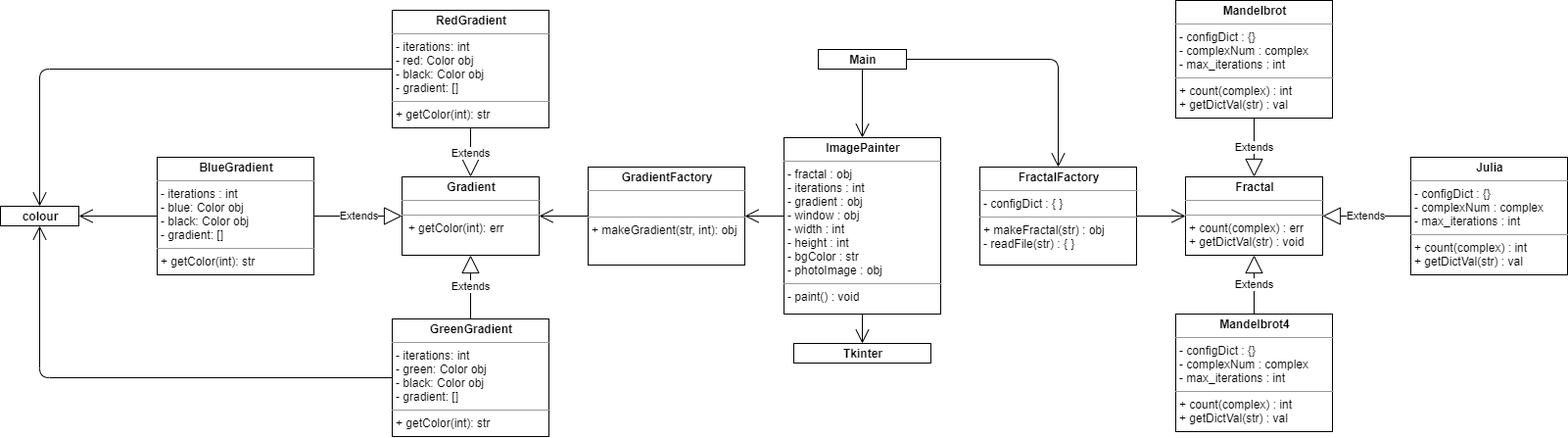
Earlier version of the draw.io export doc/UML_Class_Diagram.png (alexanderthurston/fractal_generator). Source tidied: cells renumbered, new cells last; positions are measured from the earlier drawing's top-left corner, leaving out a move shared by most shapes.
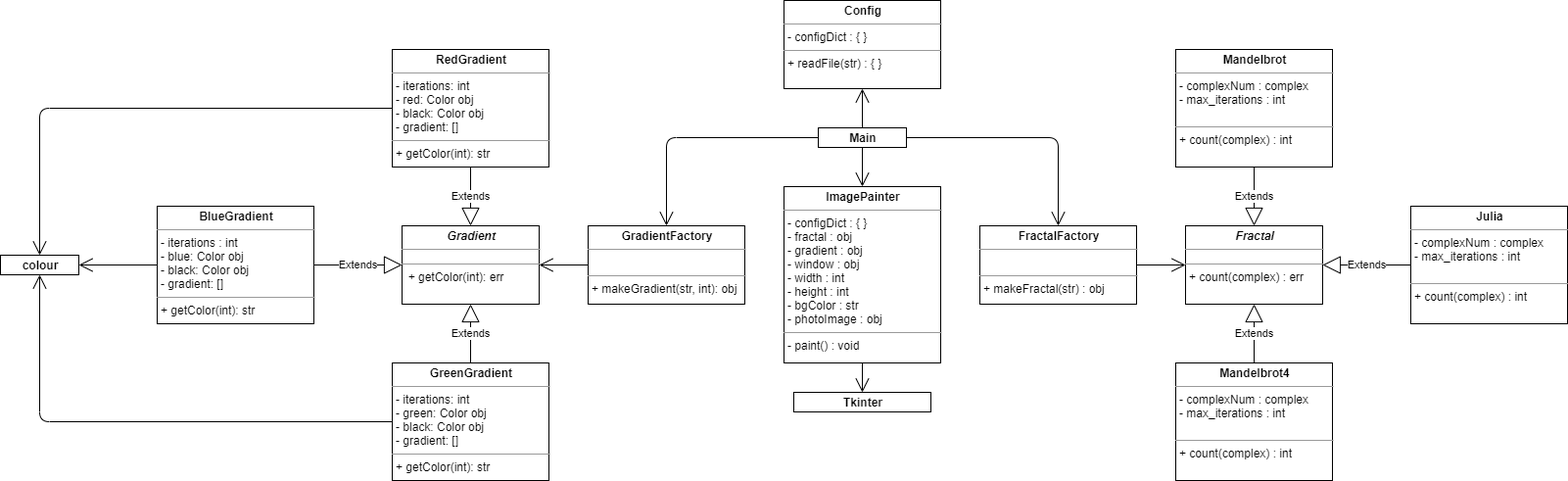
The same diagram one commit later.

Commit message:
Restructuring to simplify fractal configuration references

Change to the diagram source:
```diff
@@ -3,43 +3,43 @@
     <mxCell id="0" />
     <mxCell id="1" parent="0" />
     <mxCell id="2" value="&lt;p style=&quot;margin: 0px ; margin-top: 4px ; text-align: center&quot;&gt;&lt;b&gt;Main&lt;/b&gt;&lt;/p&gt;" style="verticalAlign=top;align=left;overflow=fill;fontSize=12;fontFamily=Helvetica;html=1;" parent="1" vertex="1">
-      <mxGeometry x="835" y="50" width="90" height="20" as="geometry" />
+      <mxGeometry x="835" y="80" width="90" height="20" as="geometry" />
     </mxCell>
     <mxCell id="3" value="&lt;p style=&quot;margin: 0px ; margin-top: 4px ; text-align: center&quot;&gt;&lt;b&gt;GradientFactory&lt;/b&gt;&lt;/p&gt;&lt;hr size=&quot;1&quot;&gt;&lt;p style=&quot;margin: 0px ; margin-left: 4px&quot;&gt;&lt;br&gt;&lt;/p&gt;&lt;hr size=&quot;1&quot;&gt;&lt;p style=&quot;margin: 0px ; margin-left: 4px&quot;&gt;+ makeGradient(str, int): obj&lt;/p&gt;" style="verticalAlign=top;align=left;overflow=fill;fontSize=12;fontFamily=Helvetica;html=1;" parent="1" vertex="1">
-      <mxGeometry x="600" y="170" width="160" height="100" as="geometry" />
+      <mxGeometry x="600" y="180" width="160" height="80" as="geometry" />
     </mxCell>
-    <mxCell id="4" value="&lt;p style=&quot;margin: 0px ; margin-top: 4px ; text-align: center&quot;&gt;&lt;b&gt;ImagePainter&lt;/b&gt;&lt;/p&gt;&lt;hr size=&quot;1&quot;&gt;&lt;p style=&quot;margin: 0px ; margin-left: 4px&quot;&gt;- fractal : obj&lt;/p&gt;&lt;p style=&quot;margin: 0px ; margin-left: 4px&quot;&gt;- iterations : int&lt;/p&gt;&lt;p style=&quot;margin: 0px ; margin-left: 4px&quot;&gt;- gradient : obj&lt;/p&gt;&lt;p style=&quot;margin: 0px ; margin-left: 4px&quot;&gt;- window : obj&lt;/p&gt;&lt;p style=&quot;margin: 0px ; margin-left: 4px&quot;&gt;- width : int&lt;/p&gt;&lt;p style=&quot;margin: 0px ; margin-left: 4px&quot;&gt;- height : int&lt;/p&gt;&lt;p style=&quot;margin: 0px ; margin-left: 4px&quot;&gt;- bgColor : str&lt;/p&gt;&lt;p style=&quot;margin: 0px ; margin-left: 4px&quot;&gt;- photoImage : obj&lt;/p&gt;&lt;hr size=&quot;1&quot;&gt;&lt;p style=&quot;margin: 0px ; margin-left: 4px&quot;&gt;- paint() : void&lt;/p&gt;" style="verticalAlign=top;align=left;overflow=fill;fontSize=12;fontFamily=Helvetica;html=1;" parent="1" vertex="1">
+    <mxCell id="4" value="&lt;p style=&quot;margin: 0px ; margin-top: 4px ; text-align: center&quot;&gt;&lt;b&gt;ImagePainter&lt;/b&gt;&lt;/p&gt;&lt;hr size=&quot;1&quot;&gt;&lt;p style=&quot;margin: 0px ; margin-left: 4px&quot;&gt;- configDict : { }&lt;/p&gt;&lt;p style=&quot;margin: 0px ; margin-left: 4px&quot;&gt;- fractal : obj&lt;/p&gt;&lt;p style=&quot;margin: 0px ; margin-left: 4px&quot;&gt;- gradient : obj&lt;/p&gt;&lt;p style=&quot;margin: 0px ; margin-left: 4px&quot;&gt;- window : obj&lt;/p&gt;&lt;p style=&quot;margin: 0px ; margin-left: 4px&quot;&gt;- width : int&lt;/p&gt;&lt;p style=&quot;margin: 0px ; margin-left: 4px&quot;&gt;- height : int&lt;/p&gt;&lt;p style=&quot;margin: 0px ; margin-left: 4px&quot;&gt;- bgColor : str&lt;/p&gt;&lt;p style=&quot;margin: 0px ; margin-left: 4px&quot;&gt;- photoImage : obj&lt;/p&gt;&lt;hr size=&quot;1&quot;&gt;&lt;p style=&quot;margin: 0px ; margin-left: 4px&quot;&gt;- paint() : void&lt;/p&gt;" style="verticalAlign=top;align=left;overflow=fill;fontSize=12;fontFamily=Helvetica;html=1;" parent="1" vertex="1">
       <mxGeometry x="800" y="140" width="160" height="180" as="geometry" />
     </mxCell>
     <mxCell id="5" value="&lt;p style=&quot;margin: 0px ; margin-top: 4px ; text-align: center&quot;&gt;&lt;b&gt;Tkinter&lt;/b&gt;&lt;/p&gt;" style="verticalAlign=top;align=left;overflow=fill;fontSize=12;fontFamily=Helvetica;html=1;" parent="1" vertex="1">
       <mxGeometry x="810" y="350" width="140" height="20" as="geometry" />
     </mxCell>
-    <mxCell id="6" value="&lt;p style=&quot;margin: 0px ; margin-top: 4px ; text-align: center&quot;&gt;&lt;b&gt;FractalFactory&lt;/b&gt;&lt;/p&gt;&lt;hr size=&quot;1&quot;&gt;&lt;p style=&quot;margin: 0px ; margin-left: 4px&quot;&gt;- configDict : { }&lt;/p&gt;&lt;hr size=&quot;1&quot;&gt;&lt;p style=&quot;margin: 0px ; margin-left: 4px&quot;&gt;+ makeFractal(str) : obj&lt;/p&gt;&lt;p style=&quot;margin: 0px ; margin-left: 4px&quot;&gt;- readFile(str) : { }&lt;/p&gt;&lt;p style=&quot;margin: 0px ; margin-left: 4px&quot;&gt;&lt;br&gt;&lt;/p&gt;" style="verticalAlign=top;align=left;overflow=fill;fontSize=12;fontFamily=Helvetica;html=1;" parent="1" vertex="1">
-      <mxGeometry x="1000" y="170" width="160" height="100" as="geometry" />
+    <mxCell id="6" value="&lt;p style=&quot;margin: 0px ; margin-top: 4px ; text-align: center&quot;&gt;&lt;b&gt;FractalFactory&lt;/b&gt;&lt;/p&gt;&lt;hr size=&quot;1&quot;&gt;&lt;p style=&quot;margin: 0px ; margin-left: 4px&quot;&gt;&lt;br&gt;&lt;/p&gt;&lt;hr size=&quot;1&quot;&gt;&lt;p style=&quot;margin: 0px ; margin-left: 4px&quot;&gt;+ makeFractal(str) : obj&lt;/p&gt;" style="verticalAlign=top;align=left;overflow=fill;fontSize=12;fontFamily=Helvetica;html=1;" parent="1" vertex="1">
+      <mxGeometry x="1000" y="180" width="160" height="80" as="geometry" />
     </mxCell>
-    <mxCell id="7" value="&lt;p style=&quot;margin: 0px ; margin-top: 4px ; text-align: center&quot;&gt;&lt;b&gt;Mandelbrot&lt;/b&gt;&lt;/p&gt;&lt;hr size=&quot;1&quot;&gt;&lt;p style=&quot;margin: 0px ; margin-left: 4px&quot;&gt;- configDict : {}&lt;/p&gt;&lt;p style=&quot;margin: 0px ; margin-left: 4px&quot;&gt;- complexNum : complex&lt;/p&gt;&lt;p style=&quot;margin: 0px ; margin-left: 4px&quot;&gt;- max_iterations : int&lt;/p&gt;&lt;hr size=&quot;1&quot;&gt;&lt;p style=&quot;margin: 0px ; margin-left: 4px&quot;&gt;+ count(complex) : int&lt;/p&gt;&lt;p style=&quot;margin: 0px ; margin-left: 4px&quot;&gt;+ getDictVal(str) : val&lt;/p&gt;" style="verticalAlign=top;align=left;overflow=fill;fontSize=12;fontFamily=Helvetica;html=1;" parent="1" vertex="1">
+    <mxCell id="7" value="&lt;p style=&quot;margin: 0px ; margin-top: 4px ; text-align: center&quot;&gt;&lt;b&gt;Mandelbrot&lt;/b&gt;&lt;/p&gt;&lt;hr size=&quot;1&quot;&gt;&lt;p style=&quot;margin: 0px ; margin-left: 4px&quot;&gt;&lt;span&gt;- complexNum : complex&lt;/span&gt;&lt;br&gt;&lt;/p&gt;&lt;p style=&quot;margin: 0px ; margin-left: 4px&quot;&gt;&lt;span&gt;- max_iterations : int&lt;/span&gt;&lt;br&gt;&lt;/p&gt;&lt;p style=&quot;margin: 0px ; margin-left: 4px&quot;&gt;&lt;span&gt;&lt;br&gt;&lt;/span&gt;&lt;/p&gt;&lt;hr size=&quot;1&quot;&gt;&lt;p style=&quot;margin: 0px ; margin-left: 4px&quot;&gt;+ count(complex) : int&lt;/p&gt;" style="verticalAlign=top;align=left;overflow=fill;fontSize=12;fontFamily=Helvetica;html=1;" parent="1" vertex="1">
       <mxGeometry x="1200" width="160" height="120" as="geometry" />
     </mxCell>
-    <mxCell id="8" value="&lt;p style=&quot;margin: 0px ; margin-top: 4px ; text-align: center&quot;&gt;&lt;b&gt;Julia&lt;/b&gt;&lt;/p&gt;&lt;hr size=&quot;1&quot;&gt;&lt;p style=&quot;margin: 0px 0px 0px 4px&quot;&gt;- configDict : {}&lt;/p&gt;&lt;p style=&quot;margin: 0px 0px 0px 4px&quot;&gt;- complexNum : complex&lt;/p&gt;&lt;p style=&quot;margin: 0px 0px 0px 4px&quot;&gt;- max_iterations : int&lt;/p&gt;&lt;hr size=&quot;1&quot;&gt;&lt;p style=&quot;margin: 0px 0px 0px 4px&quot;&gt;+ count(complex) : int&lt;/p&gt;&lt;p style=&quot;margin: 0px 0px 0px 4px&quot;&gt;+ getDictVal(str) : val&lt;/p&gt;" style="verticalAlign=top;align=left;overflow=fill;fontSize=12;fontFamily=Helvetica;html=1;" parent="1" vertex="1">
+    <mxCell id="8" value="&lt;p style=&quot;margin: 0px ; margin-top: 4px ; text-align: center&quot;&gt;&lt;b&gt;Julia&lt;/b&gt;&lt;/p&gt;&lt;hr size=&quot;1&quot;&gt;&lt;p style=&quot;margin: 0px 0px 0px 4px&quot;&gt;&lt;span&gt;- complexNum : complex&lt;/span&gt;&lt;/p&gt;&lt;p style=&quot;margin: 0px 0px 0px 4px&quot;&gt;- max_iterations : int&lt;/p&gt;&lt;p style=&quot;margin: 0px 0px 0px 4px&quot;&gt;&lt;br&gt;&lt;/p&gt;&lt;hr size=&quot;1&quot;&gt;&lt;p style=&quot;margin: 0px 0px 0px 4px&quot;&gt;+ count(complex) : int&lt;/p&gt;" style="verticalAlign=top;align=left;overflow=fill;fontSize=12;fontFamily=Helvetica;html=1;" parent="1" vertex="1">
       <mxGeometry x="1440" y="160" width="160" height="120" as="geometry" />
     </mxCell>
-    <mxCell id="9" value="&lt;p style=&quot;margin: 0px ; margin-top: 4px ; text-align: center&quot;&gt;&lt;b&gt;Mandelbrot4&lt;/b&gt;&lt;/p&gt;&lt;hr size=&quot;1&quot;&gt;&lt;p style=&quot;margin: 0px 0px 0px 4px&quot;&gt;- configDict : {}&lt;/p&gt;&lt;p style=&quot;margin: 0px 0px 0px 4px&quot;&gt;- complexNum : complex&lt;/p&gt;&lt;p style=&quot;margin: 0px 0px 0px 4px&quot;&gt;- max_iterations : int&lt;/p&gt;&lt;hr size=&quot;1&quot;&gt;&lt;p style=&quot;margin: 0px ; margin-left: 4px&quot;&gt;+ &lt;span&gt;count(complex) : int&lt;/span&gt;&lt;/p&gt;&lt;p style=&quot;margin: 0px 0px 0px 4px&quot;&gt;+ getDictVal(str) : val&lt;/p&gt;" style="verticalAlign=top;align=left;overflow=fill;fontSize=12;fontFamily=Helvetica;html=1;" parent="1" vertex="1">
+    <mxCell id="9" value="&lt;p style=&quot;margin: 0px ; margin-top: 4px ; text-align: center&quot;&gt;&lt;b&gt;Mandelbrot4&lt;/b&gt;&lt;/p&gt;&lt;hr size=&quot;1&quot;&gt;&lt;p style=&quot;margin: 0px 0px 0px 4px&quot;&gt;&lt;span&gt;- complexNum : complex&lt;/span&gt;&lt;/p&gt;&lt;p style=&quot;margin: 0px 0px 0px 4px&quot;&gt;- max_iterations : int&lt;/p&gt;&lt;p style=&quot;margin: 0px 0px 0px 4px&quot;&gt;&lt;br&gt;&lt;/p&gt;&lt;hr size=&quot;1&quot;&gt;&lt;p style=&quot;margin: 0px ; margin-left: 4px&quot;&gt;+ &lt;span&gt;count(complex) : int&lt;/span&gt;&lt;/p&gt;&lt;p style=&quot;margin: 0px 0px 0px 4px&quot;&gt;&lt;br&gt;&lt;/p&gt;" style="verticalAlign=top;align=left;overflow=fill;fontSize=12;fontFamily=Helvetica;html=1;" parent="1" vertex="1">
       <mxGeometry x="1200" y="320" width="160" height="120" as="geometry" />
     </mxCell>
-    <mxCell id="10" value="&lt;p style=&quot;margin: 0px ; margin-top: 4px ; text-align: center&quot;&gt;&lt;b&gt;Fractal&lt;/b&gt;&lt;/p&gt;&lt;hr size=&quot;1&quot;&gt;&lt;div style=&quot;height: 2px&quot;&gt;&lt;/div&gt;&lt;hr size=&quot;1&quot;&gt;&lt;div style=&quot;height: 2px&quot;&gt;&lt;p style=&quot;margin: 0px 0px 0px 4px&quot;&gt;+ count(complex) : err&lt;/p&gt;&lt;p style=&quot;margin: 0px 0px 0px 4px&quot;&gt;+ getDictVal(str) : void&lt;/p&gt;&lt;/div&gt;" style="verticalAlign=top;align=left;overflow=fill;fontSize=12;fontFamily=Helvetica;html=1;" parent="1" vertex="1">
+    <mxCell id="10" value="&lt;p style=&quot;margin: 0px ; margin-top: 4px ; text-align: center&quot;&gt;&lt;b&gt;&lt;i&gt;Fractal&lt;/i&gt;&lt;/b&gt;&lt;/p&gt;&lt;hr size=&quot;1&quot;&gt;&lt;div style=&quot;height: 2px&quot;&gt;&lt;/div&gt;&lt;hr size=&quot;1&quot;&gt;&lt;div style=&quot;height: 2px&quot;&gt;&lt;p style=&quot;margin: 0px 0px 0px 4px&quot;&gt;+ count(complex) : err&lt;/p&gt;&lt;/div&gt;" style="verticalAlign=top;align=left;overflow=fill;fontSize=12;fontFamily=Helvetica;html=1;" parent="1" vertex="1">
       <mxGeometry x="1210" y="180" width="140" height="80" as="geometry" />
     </mxCell>
-    <mxCell id="11" value="&lt;p style=&quot;margin: 0px ; margin-top: 4px ; text-align: center&quot;&gt;&lt;b&gt;Gradient&lt;/b&gt;&lt;/p&gt;&lt;hr size=&quot;1&quot;&gt;&lt;div style=&quot;height: 2px&quot;&gt;&lt;/div&gt;&lt;hr size=&quot;1&quot;&gt;&lt;div style=&quot;height: 2px&quot;&gt;&amp;nbsp; + getColor(int): err&lt;/div&gt;" style="verticalAlign=top;align=left;overflow=fill;fontSize=12;fontFamily=Helvetica;html=1;" parent="1" vertex="1">
+    <mxCell id="11" value="&lt;p style=&quot;margin: 0px ; margin-top: 4px ; text-align: center&quot;&gt;&lt;b&gt;&lt;i&gt;Gradient&lt;/i&gt;&lt;/b&gt;&lt;/p&gt;&lt;hr size=&quot;1&quot;&gt;&lt;div style=&quot;height: 2px&quot;&gt;&lt;/div&gt;&lt;hr size=&quot;1&quot;&gt;&lt;div style=&quot;height: 2px&quot;&gt;&amp;nbsp; + getColor(int): err&lt;/div&gt;" style="verticalAlign=top;align=left;overflow=fill;fontSize=12;fontFamily=Helvetica;html=1;" parent="1" vertex="1">
       <mxGeometry x="410" y="180" width="140" height="80" as="geometry" />
     </mxCell>
     <mxCell id="12" value="&lt;p style=&quot;margin: 0px ; margin-top: 4px ; text-align: center&quot;&gt;&lt;b&gt;BlueGradient&lt;/b&gt;&lt;/p&gt;&lt;hr size=&quot;1&quot;&gt;&lt;p style=&quot;margin: 0px ; margin-left: 4px&quot;&gt;- iterations : int&lt;/p&gt;&lt;p style=&quot;margin: 0px ; margin-left: 4px&quot;&gt;- blue: Color obj&lt;/p&gt;&lt;p style=&quot;margin: 0px ; margin-left: 4px&quot;&gt;- black: Color obj&lt;/p&gt;&lt;p style=&quot;margin: 0px ; margin-left: 4px&quot;&gt;- gradient: []&lt;/p&gt;&lt;hr size=&quot;1&quot;&gt;&lt;p style=&quot;margin: 0px ; margin-left: 4px&quot;&gt;+ getColor(int): str&lt;/p&gt;" style="verticalAlign=top;align=left;overflow=fill;fontSize=12;fontFamily=Helvetica;html=1;" parent="1" vertex="1">
       <mxGeometry x="160" y="160" width="160" height="120" as="geometry" />
     </mxCell>
     <mxCell id="13" value="&lt;p style=&quot;margin: 0px ; margin-top: 4px ; text-align: center&quot;&gt;&lt;b&gt;RedGradient&lt;/b&gt;&lt;/p&gt;&lt;hr size=&quot;1&quot;&gt;&lt;p style=&quot;margin: 0px ; margin-left: 4px&quot;&gt;- iterations: int&lt;/p&gt;&lt;p style=&quot;margin: 0px ; margin-left: 4px&quot;&gt;- red: Color obj&lt;/p&gt;&lt;p style=&quot;margin: 0px ; margin-left: 4px&quot;&gt;- black: Color obj&lt;/p&gt;&lt;p style=&quot;margin: 0px ; margin-left: 4px&quot;&gt;- gradient: []&lt;/p&gt;&lt;hr size=&quot;1&quot;&gt;&lt;p style=&quot;margin: 0px ; margin-left: 4px&quot;&gt;+ getColor(int): str&lt;/p&gt;" style="verticalAlign=top;align=left;overflow=fill;fontSize=12;fontFamily=Helvetica;html=1;" parent="1" vertex="1">
-      <mxGeometry x="400" y="10" width="160" height="120" as="geometry" />
+      <mxGeometry x="400" width="160" height="120" as="geometry" />
     </mxCell>
     <mxCell id="14" value="&lt;p style=&quot;margin: 0px ; margin-top: 4px ; text-align: center&quot;&gt;&lt;b&gt;GreenGradient&lt;/b&gt;&lt;/p&gt;&lt;hr size=&quot;1&quot;&gt;&lt;p style=&quot;margin: 0px ; margin-left: 4px&quot;&gt;- iterations: int&lt;/p&gt;&lt;p style=&quot;margin: 0px ; margin-left: 4px&quot;&gt;- green: Color obj&lt;/p&gt;&lt;p style=&quot;margin: 0px ; margin-left: 4px&quot;&gt;- black: Color obj&lt;/p&gt;&lt;p style=&quot;margin: 0px ; margin-left: 4px&quot;&gt;- gradient: []&lt;/p&gt;&lt;hr size=&quot;1&quot;&gt;&lt;p style=&quot;margin: 0px ; margin-left: 4px&quot;&gt;+ getColor(int): str&lt;/p&gt;" style="verticalAlign=top;align=left;overflow=fill;fontSize=12;fontFamily=Helvetica;html=1;" parent="1" vertex="1">
-      <mxGeometry x="400" y="325" width="160" height="120" as="geometry" />
+      <mxGeometry x="400" y="320" width="160" height="120" as="geometry" />
     </mxCell>
     <mxCell id="15" value="Extends" style="endArrow=block;endSize=16;endFill=0;html=1;exitX=0.5;exitY=0;exitDx=0;exitDy=0;entryX=0.5;entryY=1;entryDx=0;entryDy=0;" parent="1" edge="1" source="9" target="10">
       <mxGeometry relative="1" as="geometry" />
@@ -59,11 +59,6 @@
     <mxCell id="20" value="Extends" style="endArrow=block;endSize=16;endFill=0;html=1;exitX=1;exitY=0.5;exitDx=0;exitDy=0;entryX=0;entryY=0.5;entryDx=0;entryDy=0;" parent="1" edge="1" source="12" target="11">
       <mxGeometry relative="1" as="geometry" />
     </mxCell>
-    <mxCell id="21" style="endArrow=open;endFill=1;endSize=12;html=1;entryX=1;entryY=0.5;entryDx=0;entryDy=0;" parent="1" edge="1" target="3">
-      <mxGeometry relative="1" as="geometry">
-        <mxPoint x="800" y="220" as="sourcePoint" />
-      </mxGeometry>
-    </mxCell>
     <mxCell id="22" style="endArrow=open;endFill=1;endSize=12;html=1;exitX=0.5;exitY=1;exitDx=0;exitDy=0;entryX=0.5;entryY=0;entryDx=0;entryDy=0;" parent="1" edge="1" source="2" target="4">
       <mxGeometry relative="1" as="geometry" />
     </mxCell>
@@ -73,7 +68,7 @@
     <mxCell id="24" style="endArrow=open;endFill=1;endSize=12;html=1;exitX=1;exitY=0.5;exitDx=0;exitDy=0;entryX=0.5;entryY=0;entryDx=0;entryDy=0;" parent="1" edge="1" source="2" target="6">
       <mxGeometry relative="1" as="geometry">
         <Array as="points">
-          <mxPoint x="1080" y="60" />
+          <mxPoint x="1080" y="90" />
         </Array>
       </mxGeometry>
     </mxCell>
@@ -92,16 +87,29 @@
     <mxCell id="29" style="endArrow=open;endFill=1;endSize=12;html=1;exitX=0;exitY=0.5;exitDx=0;exitDy=0;entryX=0.5;entryY=0;entryDx=0;entryDy=0;" parent="1" edge="1" source="13" target="27">
       <mxGeometry relative="1" as="geometry">
         <Array as="points">
-          <mxPoint x="40" y="70" />
+          <mxPoint x="40" y="60" />
         </Array>
       </mxGeometry>
     </mxCell>
     <mxCell id="30" style="endArrow=open;endFill=1;endSize=12;html=1;exitX=0;exitY=0.5;exitDx=0;exitDy=0;entryX=0.5;entryY=1;entryDx=0;entryDy=0;" parent="1" edge="1" source="14" target="27">
       <mxGeometry relative="1" as="geometry">
         <Array as="points">
-          <mxPoint x="40" y="385" />
+          <mxPoint x="40" y="380" />
         </Array>
       </mxGeometry>
     </mxCell>
+    <mxCell id="31" value="&lt;p style=&quot;margin: 0px ; margin-top: 4px ; text-align: center&quot;&gt;&lt;b&gt;Config&lt;/b&gt;&lt;/p&gt;&lt;hr size=&quot;1&quot;&gt;&lt;p style=&quot;margin: 0px ; margin-left: 4px&quot;&gt;- configDict : { }&lt;/p&gt;&lt;hr size=&quot;1&quot;&gt;&lt;p style=&quot;margin: 0px ; margin-left: 4px&quot;&gt;+ readFile(str) : { }&lt;/p&gt;" style="verticalAlign=top;align=left;overflow=fill;fontSize=12;fontFamily=Helvetica;html=1;" parent="1" vertex="1">
+      <mxGeometry x="800" y="-50" width="160" height="90" as="geometry" />
+    </mxCell>
+    <mxCell id="32" style="endArrow=open;endFill=1;endSize=12;html=1;exitX=0.5;exitY=0;exitDx=0;exitDy=0;entryX=0.5;entryY=1;entryDx=0;entryDy=0;" parent="1" edge="1" source="2" target="31">
+      <mxGeometry relative="1" as="geometry" />
+    </mxCell>
+    <mxCell id="33" style="endArrow=open;endFill=1;endSize=12;html=1;exitX=0;exitY=0.5;exitDx=0;exitDy=0;entryX=0.5;entryY=0;entryDx=0;entryDy=0;" parent="1" edge="1" source="2" target="3">
+      <mxGeometry relative="1" as="geometry">
+        <Array as="points">
+          <mxPoint x="680" y="90" />
+        </Array>
+      </mxGeometry>
+    </mxCell>
   </root>
 </mxGraphModel>
```
